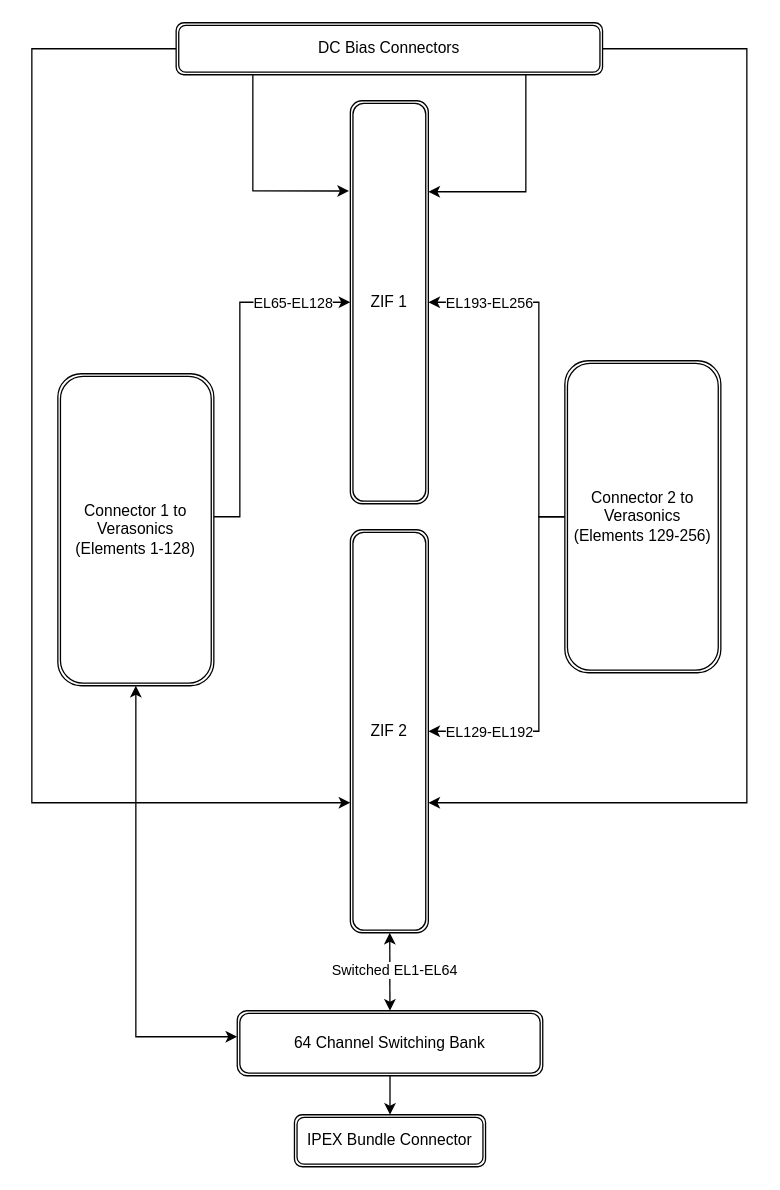
The draw.io diagram page "SwitchingConnectorBoard" (2 of 3) of ConnectorBoardWithSwitching.drawio in sasakamoo/drawio, before the edit. Source tidied: cells renumbered, new cells numbered last; positions are measured from the earlier drawing's top-left corner, leaving out a move shared by most shapes. Both pictures are drawn from the tidied source at 130%, with x=0, y=0 at pixel (31, 22).
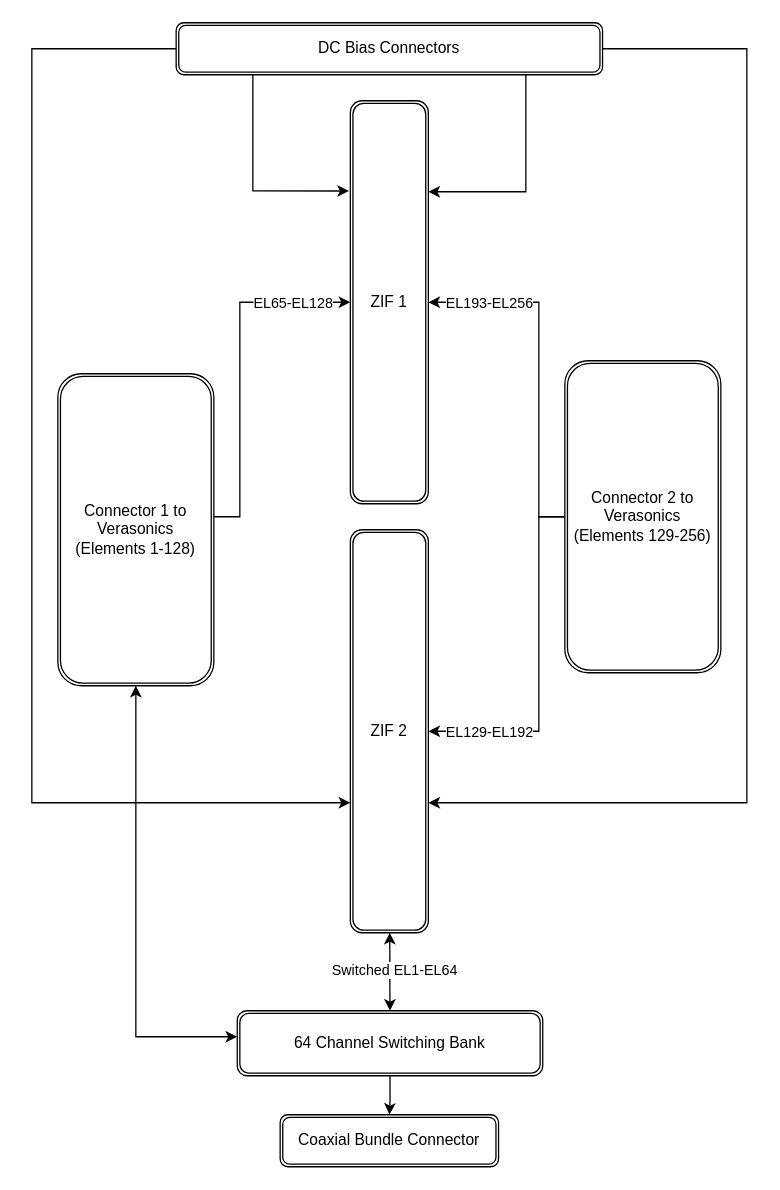
Above is the later version.

Diff of the diagram source:
```diff
@@
-    <mxCell id="22" value="IPEX Bundle Connector" style="shape=ext;double=1;rounded=1;whiteSpace=wrap;html=1;" parent="1" vertex="1">
-      <mxGeometry x="202" y="840" width="147" height="40" as="geometry" />
+    <mxCell id="22" value="Coaxial Bundle Connector" style="shape=ext;double=1;rounded=1;whiteSpace=wrap;html=1;" parent="1" vertex="1">
+      <mxGeometry x="191" y="840" width="168" height="40" as="geometry" />
     </mxCell>
```
